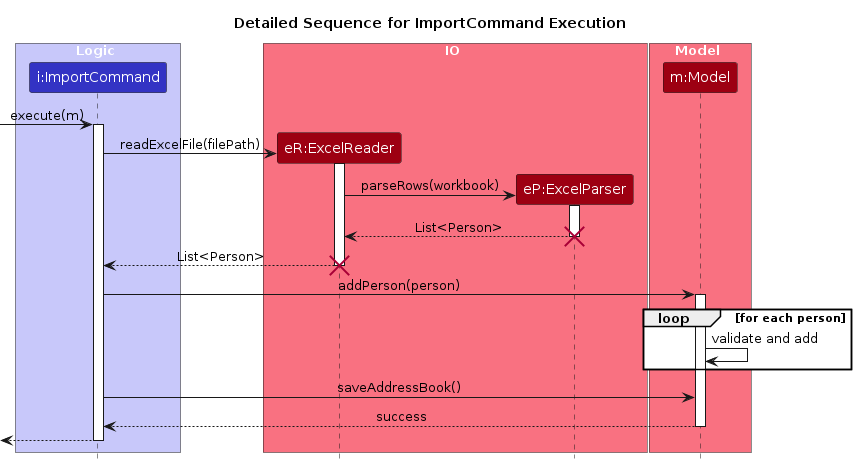
Earlier version of the PlantUML export diagrams/ImportExcelDetailedSequence.png (IsaiahToh/tp). Its source is kept beside it as diagrams/ImportExcelDetailedSequence.puml.
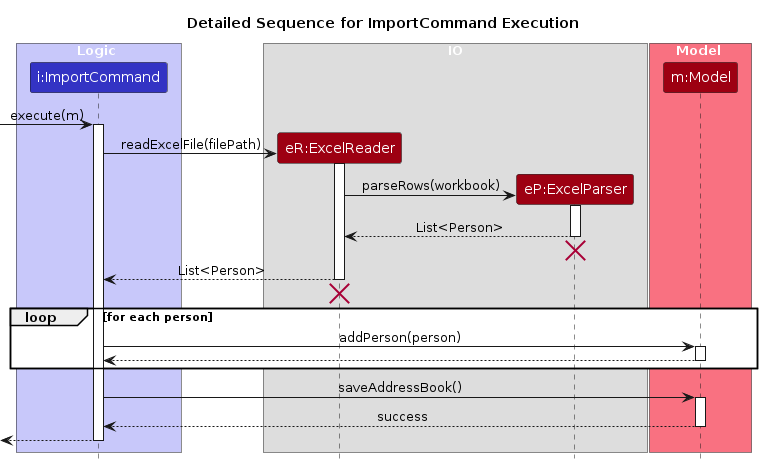
The same file after the commit.

The edit, as a diff of the source:
```diff
@@ -7,10 +7,10 @@
 participant "i:ImportCommand" as ImportCommand LOGIC_COLOR
 end box
 
-box IO MODEL_COLOR_T1
+box IO
 participant "eR:ExcelReader" as ExcelReader MODEL_COLOR
 participant "eP:ExcelParser" as ExcelParser MODEL_COLOR
-endbox
+end box
 
 box Model MODEL_COLOR_T1
 participant "m:Model" as Model MODEL_COLOR
@@ -29,24 +29,27 @@
 
 ExcelParser --> ExcelReader : List<Person>
 deactivate ExcelParser
+ExcelParser -[hidden]-> ExcelReader
 destroy ExcelParser
 
 ExcelReader --> ImportCommand : List<Person>
 deactivate ExcelReader
+ExcelReader -[hidden]-> ImportCommand
 destroy ExcelReader
 
-ImportCommand -> Model : addPerson(person)
-activate Model
-
 loop for each person
-    Model -> Model : validate and add
+    ImportCommand -> Model : addPerson(person)
+    activate Model
+    Model --> ImportCommand
+    deactivate Model
 end
 
 ImportCommand -> Model : saveAddressBook()
+activate Model
 Model --> ImportCommand : success
 deactivate Model
 
-[<--ImportCommand
+[<-- ImportCommand
 deactivate ImportCommand
 
 @enduml
```
